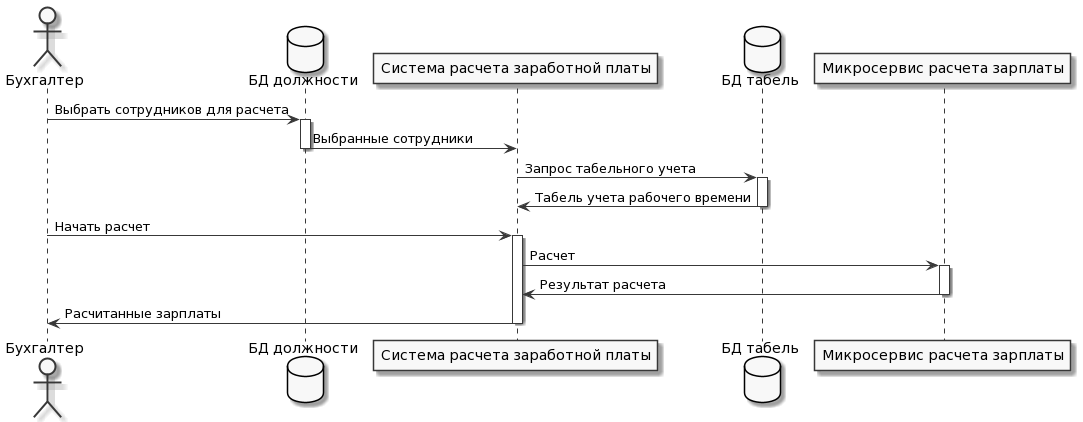
The PlantUML diagram 2_semestr/Sequence/Sequence_ver2.png in AirNus/AirNus.github.io, before a commit.
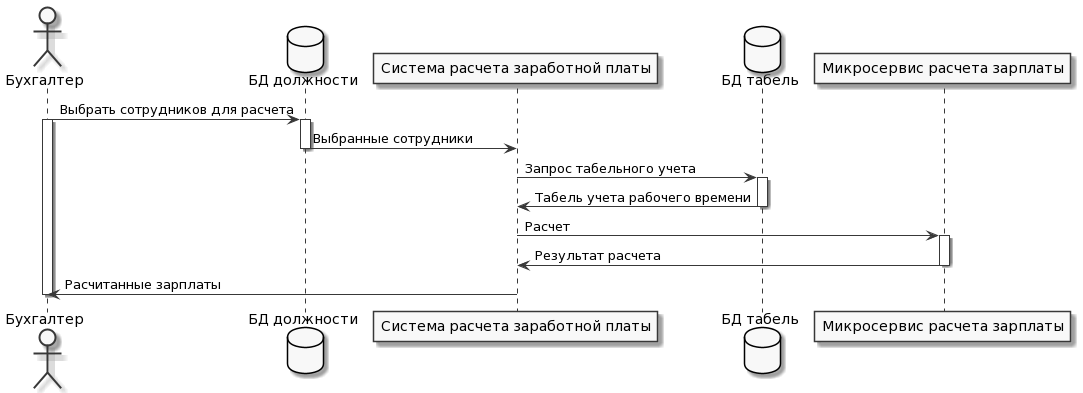
Above is the later version.

Diff of the diagram source:
```diff
@@ -9,6 +9,7 @@
 
 
 Bux -> DbPos: Выбрать сотрудников для расчета
+activate Bux
 activate DbPos
 DbPos -> object: Выбранные сотрудники
 deactivate DbPos
@@ -16,12 +17,10 @@
 activate DbTab
 DbTab -> object: Табель учета рабочего времени
 deactivate DbTab
-Bux -> object: Начать расчет
-activate object
 object-> mic: Расчет
 activate mic
 mic -> object: Результат расчета
 deactivate mic
 object -> Bux : Расчитанные зарплаты
-deactivate object
+deactivate Bux
 @enduml
```
